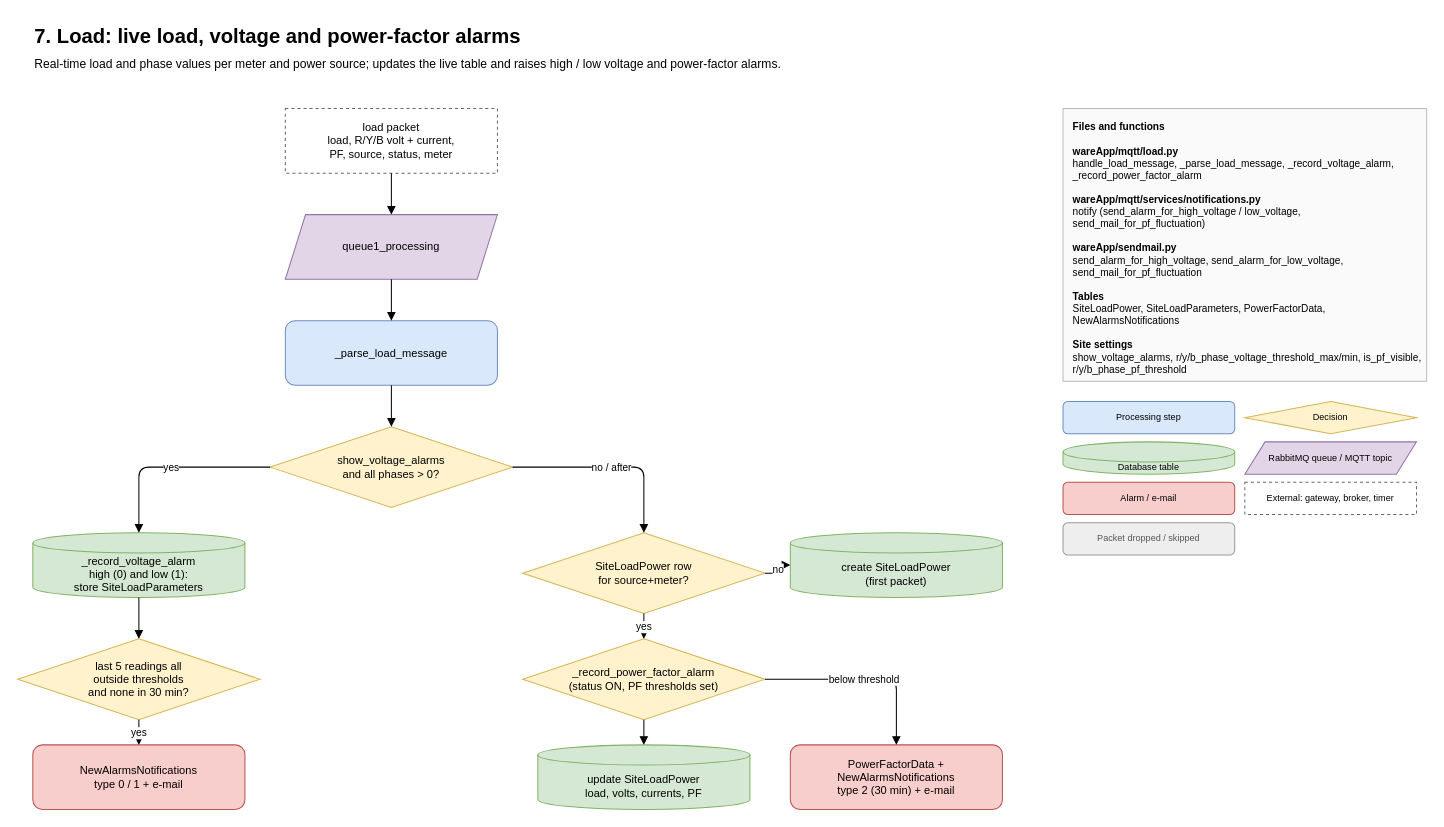
The draw.io diagram docs/mqtt-flows/drawio/07-load.drawio in ashutoshdubey-aviconn/AVC-backend, before the edit. Source tidied: cells renumbered, new cells numbered last; positions are measured from the earlier drawing's top-left corner, leaving out a move shared by most shapes. Both pictures are drawn from the tidied source at 101%, with x=0, y=0 at pixel (17, 17).
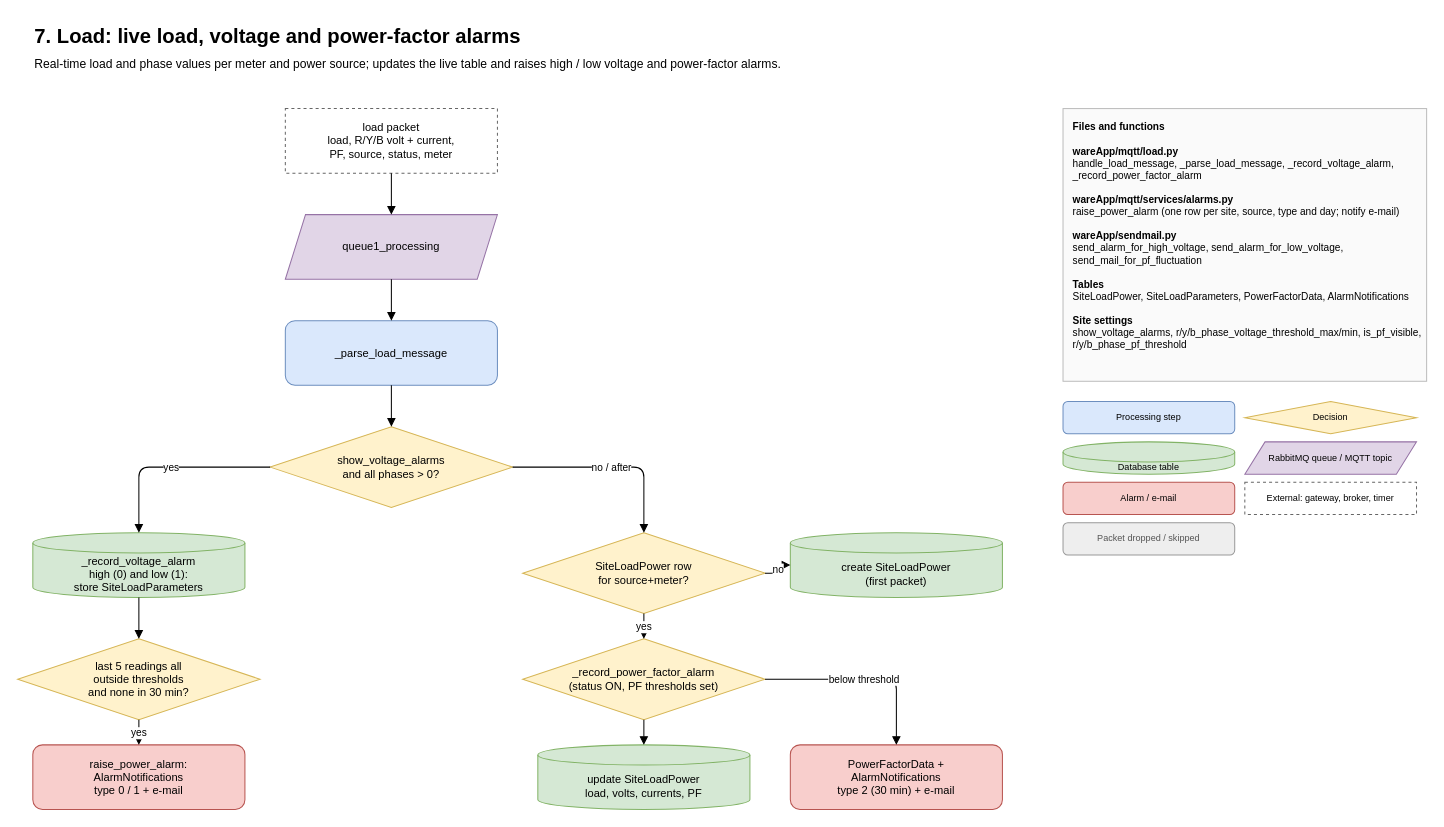
After the change.

Diff of the diagram source:
```diff
@@
-    <mxCell id="10" value="NewAlarmsNotifications&lt;br&gt;type 0 / 1 + e-mail" style="rounded=1;whiteSpace=wrap;html=1;fillColor=#f8cecc;strokeColor=#b85450;fontSize=11;" parent="1" vertex="1">
+    <mxCell id="10" value="raise_power_alarm:&lt;br&gt;AlarmNotifications&lt;br&gt;type 0 / 1 + e-mail" style="rounded=1;whiteSpace=wrap;html=1;fillColor=#f8cecc;strokeColor=#b85450;fontSize=11;" parent="1" vertex="1">
       <mxGeometry x="15" y="720" width="210" height="64" as="geometry" />
     </mxCell>
@@
-    <mxCell id="14" value="PowerFactorData +&lt;br&gt;NewAlarmsNotifications&lt;br&gt;type 2 (30 min) + e-mail" style="rounded=1;whiteSpace=wrap;html=1;fillColor=#f8cecc;strokeColor=#b85450;fontSize=11;" parent="1" vertex="1">
+    <mxCell id="14" value="PowerFactorData +&lt;br&gt;AlarmNotifications&lt;br&gt;type 2 (30 min) + e-mail" style="rounded=1;whiteSpace=wrap;html=1;fillColor=#f8cecc;strokeColor=#b85450;fontSize=11;" parent="1" vertex="1">
       <mxGeometry x="765" y="720" width="210" height="64" as="geometry" />
     </mxCell>
@@
-    <mxCell id="27" value="&lt;b&gt;Files and functions&lt;/b&gt;&lt;br&gt;&lt;br&gt;&lt;b&gt;wareApp/mqtt/load.py&lt;/b&gt;&lt;br&gt;handle_load_message, _parse_load_message, _record_voltage_alarm, _record_power_factor_alarm&lt;br&gt;&lt;br&gt;&lt;b&gt;wareApp/mqtt/services/notifications.py&lt;/b&gt;&lt;br&gt;notify (send_alarm_for_high_voltage / low_voltage, send_mail_for_pf_fluctuation)&lt;br&gt;&lt;br&gt;&lt;b&gt;wareApp/sendmail.py&lt;/b&gt;&lt;br&gt;send_alarm_for_high_voltage, send_alarm_for_low_voltage, send_mail_for_pf_fluctuation&lt;br&gt;&lt;br&gt;&lt;b&gt;Tables&lt;/b&gt;&lt;br&gt;SiteLoadPower, SiteLoadParameters, PowerFactorData, NewAlarmsNotifications&lt;br&gt;&lt;br&gt;&lt;b&gt;Site settings&lt;/b&gt;&lt;br&gt;show_voltage_alarms, r/y/b_phase_voltage_threshold_max/min, is_pf_visible, r/y/b_phase_pf_threshold&lt;br&gt;&lt;br&gt;" style="rounded=0;whiteSpace=wrap;html=1;align=left;verticalAlign=top;spacingLeft=8;spacingTop=6;fillColor=#fafafa;strokeColor=#bbbbbb;fontSize=10;" parent="1" vertex="1">
+    <mxCell id="27" value="&lt;b&gt;Files and functions&lt;/b&gt;&lt;br&gt;&lt;br&gt;&lt;b&gt;wareApp/mqtt/load.py&lt;/b&gt;&lt;br&gt;handle_load_message, _parse_load_message, _record_voltage_alarm, _record_power_factor_alarm&lt;br&gt;&lt;br&gt;&lt;b&gt;wareApp/mqtt/services/alarms.py&lt;/b&gt;&lt;br&gt;raise_power_alarm (one row per site, source, type and day; notify e-mail)&lt;br&gt;&lt;br&gt;&lt;b&gt;wareApp/sendmail.py&lt;/b&gt;&lt;br&gt;send_alarm_for_high_voltage, send_alarm_for_low_voltage, send_mail_for_pf_fluctuation&lt;br&gt;&lt;br&gt;&lt;b&gt;Tables&lt;/b&gt;&lt;br&gt;SiteLoadPower, SiteLoadParameters, PowerFactorData, AlarmNotifications&lt;br&gt;&lt;br&gt;&lt;b&gt;Site settings&lt;/b&gt;&lt;br&gt;show_voltage_alarms, r/y/b_phase_voltage_threshold_max/min, is_pf_visible, r/y/b_phase_pf_threshold&lt;br&gt;&lt;br&gt;" style="rounded=0;whiteSpace=wrap;html=1;align=left;verticalAlign=top;spacingLeft=8;spacingTop=6;fillColor=#fafafa;strokeColor=#bbbbbb;fontSize=10;" parent="1" vertex="1">
       <mxGeometry x="1035" y="90" width="360" height="270" as="geometry" />
     </mxCell>
```
